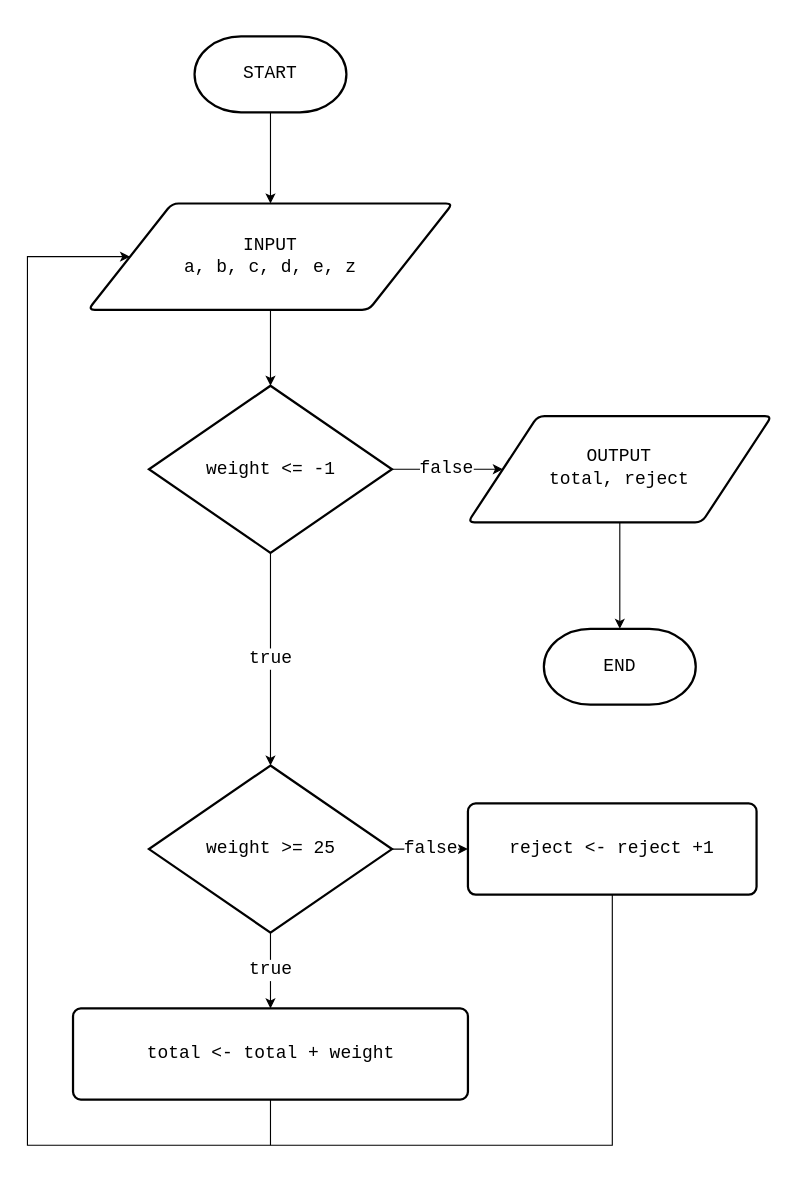
ashenm/blob keeps this draw.io diagram as sfl1manu.drawio. Above is the earlier version. Source tidied: cells renumbered, new cells numbered last; positions are measured from the earlier drawing's top-left corner, leaving out a move shared by most shapes. Both pictures are drawn from the tidied source at 112%, with x=0, y=0 at pixel (27, 36).
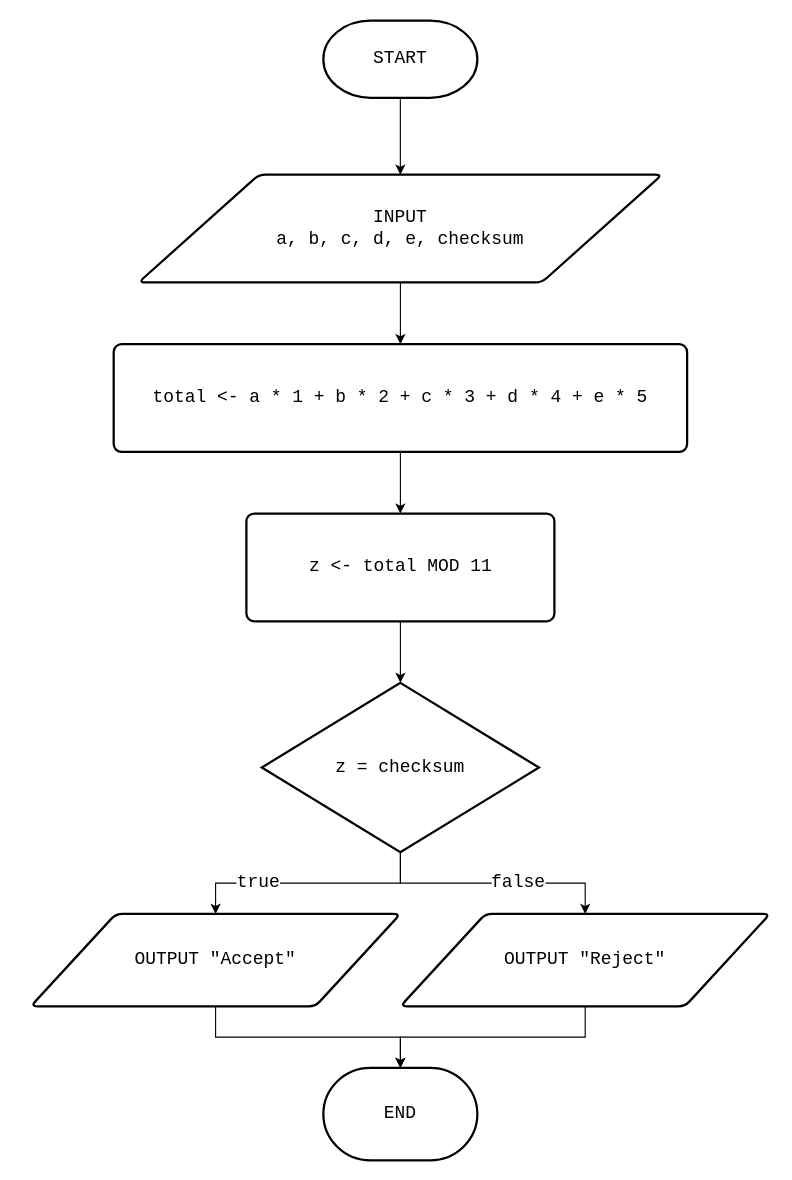
After the change.

What changed in the source:
```diff
@@
-    <mxCell id="2" style="group;" parent="1" vertex="1">
-      <mxGeometry width="664.5" height="990" as="geometry" />
-    </mxCell>
+    <mxCell id="20" style="group;" parent="1" vertex="1">
+      <mxGeometry x="3" y="-14" width="660" height="1017.5" as="geometry" />
+    </mxCell>
-    <mxCell id="3" value="&lt;span style=&quot;font-size: 16px;&quot;&gt;&lt;font style=&quot;font-size: 16px;&quot;&gt;START&lt;/font&gt;&lt;/span&gt;" style="strokeWidth=2;html=1;shape=mxgraph.flowchart.terminator;whiteSpace=wrap;fontSize=16;fontStyle=0;fontFamily=Courier New;" parent="2" vertex="1">
-      <mxGeometry x="149.2" width="135.6" height="67.8" as="geometry" />
+    <mxCell id="3" value="&lt;span style=&quot;font-size: 16px;&quot;&gt;&lt;font style=&quot;font-size: 16px;&quot;&gt;START&lt;/font&gt;&lt;/span&gt;" style="strokeWidth=2;html=1;shape=mxgraph.flowchart.terminator;whiteSpace=wrap;fontSize=16;fontStyle=0;fontFamily=Courier New;" parent="20" vertex="1">
+      <mxGeometry x="261.2" width="137.5" height="68.8" as="geometry" />
     </mxCell>
-    <mxCell id="4" value="&lt;font style=&quot;font-size: 16px&quot;&gt;weight &amp;gt;= 25&lt;/font&gt;" style="strokeWidth=2;html=1;shape=mxgraph.flowchart.decision;whiteSpace=wrap;fontFamily=Courier New;fontSize=16;" parent="2" vertex="1">
-      <mxGeometry x="108.5" y="651" width="217" height="149.2" as="geometry" />
-    </mxCell>
-    <mxCell id="5" value="reject &amp;lt;- reject +1" style="rounded=1;whiteSpace=wrap;html=1;absoluteArcSize=1;arcSize=14;strokeWidth=2;fontFamily=Courier New;fontSize=16;" parent="2" vertex="1">
-      <mxGeometry x="393.3" y="684.9" width="257.7" height="81.4" as="geometry" />
-    </mxCell>
-    <mxCell id="6" value="false" style="edgeStyle=orthogonalEdgeStyle;rounded=0;jettySize=auto;html=1;fontFamily=Courier New;fontSize=16;" parent="2" edge="1" source="4" target="5">
-      <mxGeometry relative="1" as="geometry" />
-    </mxCell>
-    <mxCell id="7" value="total &amp;lt;- total + weight" style="rounded=1;whiteSpace=wrap;html=1;absoluteArcSize=1;arcSize=14;strokeWidth=2;fontSize=16;fontStyle=0;fontFamily=Courier New;" parent="2" vertex="1">
-      <mxGeometry x="40.7" y="867.9" width="352.6" height="81.4" as="geometry" />
+    <mxCell id="7" value="total &amp;lt;- a * 1 + b * 2 + c * 3 + d * 4 + e * 5" style="rounded=1;whiteSpace=wrap;html=1;absoluteArcSize=1;arcSize=14;strokeWidth=2;fontSize=16;fontStyle=0;fontFamily=Courier New;" parent="20" vertex="1">
+      <mxGeometry x="74" y="288.8" width="512" height="96.2" as="geometry" />
     </mxCell>
-    <mxCell id="8" value="true" style="edgeStyle=orthogonalEdgeStyle;rounded=0;jettySize=auto;html=1;fontFamily=Courier New;fontSize=16;" parent="2" edge="1" source="4" target="7">
-      <mxGeometry relative="1" as="geometry" />
-    </mxCell>
+    <mxCell id="21" style="edgeStyle=orthogonalEdgeStyle;rounded=0;jettySize=auto;html=1;fontFamily=Courier New;fontSize=16;" parent="20" edge="1" source="9" target="7">
+      <mxGeometry relative="1" as="geometry" />
+    </mxCell>
-    <mxCell id="9" value="INPUT&lt;br style=&quot;font-size: 16px&quot;&gt;a, b, c, d, e, z" style="shape=parallelogram;html=1;strokeWidth=2;perimeter=parallelogramPerimeter;whiteSpace=wrap;rounded=1;arcSize=12;size=0.23;fontFamily=Courier New;fontSize=16;" parent="2" vertex="1">
-      <mxGeometry x="54.2" y="149.2" width="325.5" height="94.9" as="geometry" />
+    <mxCell id="9" value="INPUT&lt;br style=&quot;font-size: 16px&quot;&gt;a, b, c, d, e, checksum" style="shape=parallelogram;html=1;strokeWidth=2;perimeter=parallelogramPerimeter;whiteSpace=wrap;rounded=1;arcSize=12;size=0.23;fontFamily=Courier New;fontSize=16;" parent="20" vertex="1">
+      <mxGeometry x="96.2" y="137.5" width="467.5" height="96.2" as="geometry" />
     </mxCell>
-    <mxCell id="10" style="edgeStyle=orthogonalEdgeStyle;rounded=0;jettySize=auto;html=1;fontSize=16;fontStyle=0;fontFamily=Courier New;" parent="2" edge="1" source="3" target="9">
+    <mxCell id="10" style="edgeStyle=orthogonalEdgeStyle;rounded=0;jettySize=auto;html=1;fontSize=16;fontStyle=0;fontFamily=Courier New;" parent="20" edge="1" source="3" target="9">
       <mxGeometry relative="1" as="geometry" />
     </mxCell>
-    <mxCell id="11" style="edgeStyle=orthogonalEdgeStyle;rounded=0;jettySize=auto;html=1;fontFamily=Courier New;fontSize=16;entryX=0;entryY=0.5;entryDx=0;entryDy=0;" parent="2" edge="1" source="5" target="9">
-      <mxGeometry relative="1" as="geometry">
-        <Array as="points">
-          <mxPoint x="522.1" y="990" />
-          <mxPoint y="990" />
-          <mxPoint y="196.6" />
-        </Array>
-      </mxGeometry>
-    </mxCell>
-    <mxCell id="12" value="OUTPUT&lt;br&gt;total, reject" style="shape=parallelogram;html=1;strokeWidth=2;perimeter=parallelogramPerimeter;whiteSpace=wrap;rounded=1;arcSize=12;size=0.23;fontFamily=Courier New;fontSize=16;" parent="2" vertex="1">
-      <mxGeometry x="393.3" y="339" width="271.2" height="94.9" as="geometry" />
-    </mxCell>
-    <mxCell id="13" value="true" style="edgeStyle=orthogonalEdgeStyle;rounded=0;jettySize=auto;html=1;fontFamily=Courier New;fontSize=16;" parent="2" edge="1" source="15" target="4">
-      <mxGeometry relative="1" as="geometry">
-        <Array as="points">
-          <mxPoint x="217" y="610.3" />
-          <mxPoint x="217" y="610.3" />
-        </Array>
-      </mxGeometry>
-    </mxCell>
-    <mxCell id="14" value="false" style="edgeStyle=orthogonalEdgeStyle;rounded=0;jettySize=auto;html=1;entryX=0;entryY=0.5;entryDx=0;entryDy=0;fontFamily=Courier New;fontSize=16;" parent="2" edge="1" source="15" target="12">
-      <mxGeometry relative="1" as="geometry">
-        <Array as="points">
-          <mxPoint x="352.6" y="386.5" />
-          <mxPoint x="352.6" y="386.5" />
-        </Array>
-      </mxGeometry>
-    </mxCell>
-    <mxCell id="15" value="&lt;font style=&quot;font-size: 16px&quot;&gt;weight &amp;lt;= -1&lt;/font&gt;" style="strokeWidth=2;html=1;shape=mxgraph.flowchart.decision;whiteSpace=wrap;fontFamily=Courier New;fontSize=16;" parent="2" vertex="1">
-      <mxGeometry x="108.5" y="311.9" width="217" height="149.2" as="geometry" />
-    </mxCell>
-    <mxCell id="16" style="edgeStyle=orthogonalEdgeStyle;rounded=0;jettySize=auto;html=1;fontFamily=Courier New;fontSize=16;" parent="2" edge="1" source="9" target="15">
-      <mxGeometry relative="1" as="geometry" />
-    </mxCell>
+    <mxCell id="22" value="z &amp;lt;- total MOD 11" style="rounded=1;whiteSpace=wrap;html=1;absoluteArcSize=1;arcSize=14;strokeWidth=2;fontFamily=Courier New;fontSize=16;" parent="20" vertex="1">
+      <mxGeometry x="192.5" y="440" width="275" height="96.2" as="geometry" />
+    </mxCell>
+    <mxCell id="23" style="edgeStyle=orthogonalEdgeStyle;rounded=0;jettySize=auto;html=1;fontFamily=Courier New;fontSize=16;" parent="20" edge="1" source="7" target="22">
+      <mxGeometry relative="1" as="geometry" />
+    </mxCell>
+    <mxCell id="24" value="z = checksum" style="strokeWidth=2;html=1;shape=mxgraph.flowchart.decision;whiteSpace=wrap;fontFamily=Courier New;fontSize=16;" parent="20" vertex="1">
+      <mxGeometry x="206.2" y="591.2" width="247.5" height="151.2" as="geometry" />
+    </mxCell>
+    <mxCell id="25" style="edgeStyle=orthogonalEdgeStyle;rounded=0;jettySize=auto;html=1;fontFamily=Courier New;fontSize=16;" parent="20" edge="1" source="22" target="24">
+      <mxGeometry relative="1" as="geometry" />
+    </mxCell>
+    <mxCell id="26" value="OUTPUT &quot;Accept&quot;" style="shape=parallelogram;html=1;strokeWidth=2;perimeter=parallelogramPerimeter;whiteSpace=wrap;rounded=1;arcSize=12;size=0.23;fontFamily=Courier New;fontSize=16;" parent="20" vertex="1">
+      <mxGeometry y="797.5" width="330" height="82.5" as="geometry" />
+    </mxCell>
+    <mxCell id="27" style="edgeStyle=orthogonalEdgeStyle;rounded=0;jettySize=auto;html=1;fontFamily=Courier New;fontSize=16;" parent="20" edge="1" source="24" target="26">
+      <mxGeometry relative="1" as="geometry" />
+    </mxCell>
+    <mxCell id="28" value="true" style="text;html=1;align=center;verticalAlign=middle;labelBackgroundColor=#ffffff;fontSize=16;fontFamily=Courier New;" parent="27" vertex="1">
+      <mxGeometry x="0.41" y="-1" relative="1" as="geometry" />
+    </mxCell>
-    <mxCell id="17" value="&lt;span style=&quot;font-size: 16px&quot;&gt;&lt;font style=&quot;font-size: 16px&quot;&gt;END&lt;/font&gt;&lt;/span&gt;" style="strokeWidth=2;html=1;shape=mxgraph.flowchart.terminator;whiteSpace=wrap;fontSize=16;fontStyle=0;fontFamily=Courier New;" parent="2" vertex="1">
-      <mxGeometry x="461.1" y="528.9" width="135.6" height="67.8" as="geometry" />
+    <mxCell id="17" value="END" style="strokeWidth=2;html=1;shape=mxgraph.flowchart.terminator;whiteSpace=wrap;fontFamily=Courier New;fontSize=16;" parent="20" vertex="1">
+      <mxGeometry x="261.2" y="935" width="137.5" height="82.5" as="geometry" />
     </mxCell>
-    <mxCell id="18" style="edgeStyle=orthogonalEdgeStyle;rounded=0;jettySize=auto;html=1;fontFamily=Courier New;fontSize=16;" parent="2" edge="1" source="12" target="17">
-      <mxGeometry relative="1" as="geometry" />
-    </mxCell>
-    <mxCell id="19" style="endArrow=none;html=1;fontFamily=Courier New;fontSize=16;exitX=0.5;exitY=1;exitDx=0;exitDy=0;" parent="2" edge="1" source="7">
-      <mxGeometry relative="1" as="geometry">
-        <mxPoint x="217" y="990" as="targetPoint" />
-      </mxGeometry>
-    </mxCell>
+    <mxCell id="29" style="edgeStyle=orthogonalEdgeStyle;rounded=0;jettySize=auto;html=1;fontFamily=Courier New;fontSize=16;" parent="20" edge="1" source="26" target="17">
+      <mxGeometry relative="1" as="geometry" />
+    </mxCell>
+    <mxCell id="30" style="edgeStyle=orthogonalEdgeStyle;rounded=0;jettySize=auto;html=1;entryX=0.5;entryY=0;entryDx=0;entryDy=0;entryPerimeter=0;fontFamily=Courier New;fontSize=16;" parent="20" edge="1" source="31" target="17">
+      <mxGeometry relative="1" as="geometry" />
+    </mxCell>
+    <mxCell id="31" value="OUTPUT &quot;Reject&quot;" style="shape=parallelogram;html=1;strokeWidth=2;perimeter=parallelogramPerimeter;whiteSpace=wrap;rounded=1;arcSize=12;size=0.23;fontFamily=Courier New;fontSize=16;" parent="20" vertex="1">
+      <mxGeometry x="330" y="797.5" width="330" height="82.5" as="geometry" />
+    </mxCell>
+    <mxCell id="32" style="edgeStyle=orthogonalEdgeStyle;rounded=0;jettySize=auto;html=1;entryX=0.5;entryY=0;entryDx=0;entryDy=0;fontFamily=Courier New;fontSize=16;" parent="20" edge="1" source="24" target="31">
+      <mxGeometry relative="1" as="geometry" />
+    </mxCell>
+    <mxCell id="33" value="false" style="text;html=1;align=center;verticalAlign=middle;labelBackgroundColor=#ffffff;fontSize=16;fontFamily=Courier New;" parent="32" vertex="1">
+      <mxGeometry x="0.2" y="1" relative="1" as="geometry" />
+    </mxCell>
```
